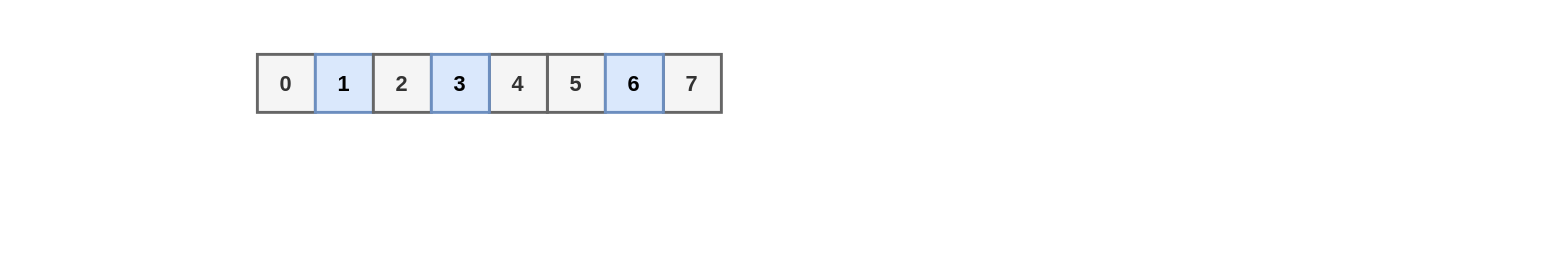
The draw.io diagram redis/redis-scan-add.drawio in donscoco/diagrams, before the edit. Source tidied: cells renumbered, new cells numbered last; positions are measured from the earlier drawing's top-left corner, leaving out a move shared by most shapes. Both pictures are drawn from the tidied source at 145%, with x=0, y=0 at pixel (257, 54).
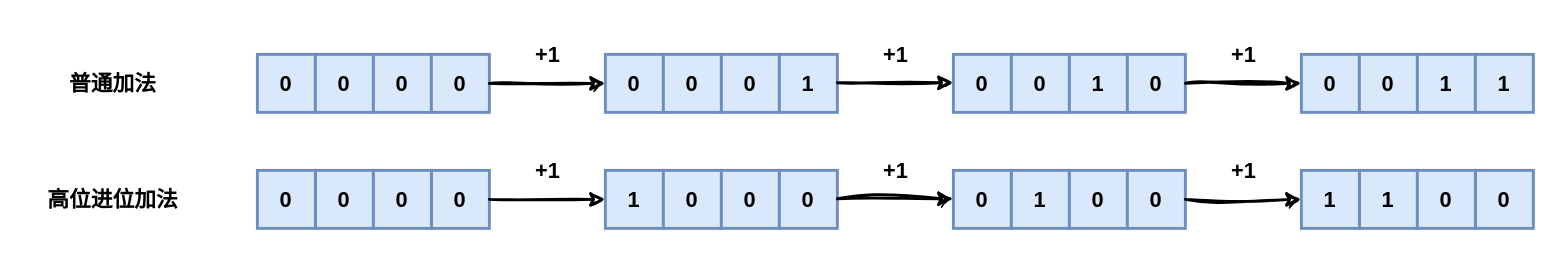
After the change.

The edit, as a diff of the source:
```diff
@@
-    <mxCell id="2" value="0" style="rounded=0;whiteSpace=wrap;html=1;strokeWidth=2;fillWeight=4;hachureGap=8;hachureAngle=45;fillColor=#f5f5f5;strokeColor=#666666;fontSize=15;fontStyle=1;fontColor=#333333;" parent="1" vertex="1">
+    <mxCell id="2" value="0" style="rounded=0;whiteSpace=wrap;html=1;strokeWidth=2;fillWeight=4;hachureGap=8;hachureAngle=45;fillColor=#dae8fc;strokeColor=#6c8ebf;fontSize=15;fontStyle=1;" parent="1" vertex="1">
       <mxGeometry width="40" height="40" as="geometry" />
     </mxCell>
-    <mxCell id="3" value="1" style="rounded=0;whiteSpace=wrap;html=1;strokeWidth=2;fillWeight=4;hachureGap=8;hachureAngle=45;fillColor=#dae8fc;strokeColor=#6c8ebf;fontSize=15;fontStyle=1;" parent="1" vertex="1">
+    <mxCell id="3" value="0" style="rounded=0;whiteSpace=wrap;html=1;strokeWidth=2;fillWeight=4;hachureGap=8;hachureAngle=45;fillColor=#dae8fc;strokeColor=#6c8ebf;fontSize=15;fontStyle=1;" parent="1" vertex="1">
       <mxGeometry x="40" width="40" height="40" as="geometry" />
     </mxCell>
-    <mxCell id="4" value="2" style="rounded=0;whiteSpace=wrap;html=1;strokeWidth=2;fillWeight=4;hachureGap=8;hachureAngle=45;fillColor=#f5f5f5;strokeColor=#666666;fontSize=15;fontStyle=1;fontColor=#333333;" parent="1" vertex="1">
+    <mxCell id="4" value="0" style="rounded=0;whiteSpace=wrap;html=1;strokeWidth=2;fillWeight=4;hachureGap=8;hachureAngle=45;fillColor=#dae8fc;strokeColor=#6c8ebf;fontSize=15;fontStyle=1;" parent="1" vertex="1">
       <mxGeometry x="80" width="40" height="40" as="geometry" />
     </mxCell>
-    <mxCell id="5" value="5" style="rounded=0;whiteSpace=wrap;html=1;strokeWidth=2;fillWeight=4;hachureGap=8;hachureAngle=45;fillColor=#f5f5f5;strokeColor=#666666;fontSize=15;fontStyle=1;fontColor=#333333;" parent="1" vertex="1">
-      <mxGeometry x="200" width="40" height="40" as="geometry" />
-    </mxCell>
-    <mxCell id="6" value="4" style="rounded=0;whiteSpace=wrap;html=1;strokeWidth=2;fillWeight=4;hachureGap=8;hachureAngle=45;fillColor=#f5f5f5;strokeColor=#666666;fontSize=15;fontStyle=1;fontColor=#333333;" parent="1" vertex="1">
-      <mxGeometry x="160" width="40" height="40" as="geometry" />
-    </mxCell>
-    <mxCell id="7" value="3" style="rounded=0;whiteSpace=wrap;html=1;strokeWidth=2;fillWeight=4;hachureGap=8;hachureAngle=45;fillColor=#dae8fc;strokeColor=#6c8ebf;fontSize=15;fontStyle=1;" parent="1" vertex="1">
+    <mxCell id="7" value="0" style="rounded=0;whiteSpace=wrap;html=1;strokeWidth=2;fillWeight=4;hachureGap=8;hachureAngle=45;fillColor=#dae8fc;strokeColor=#6c8ebf;fontSize=15;fontStyle=1;" parent="1" vertex="1">
       <mxGeometry x="120" width="40" height="40" as="geometry" />
     </mxCell>
-    <mxCell id="8" value="7" style="rounded=0;whiteSpace=wrap;html=1;strokeWidth=2;fillWeight=4;hachureGap=8;hachureAngle=45;fillColor=#f5f5f5;strokeColor=#666666;fontSize=15;fontStyle=1;fontColor=#333333;" parent="1" vertex="1">
-      <mxGeometry x="280" width="40" height="40" as="geometry" />
-    </mxCell>
-    <mxCell id="9" value="6" style="rounded=0;whiteSpace=wrap;html=1;strokeWidth=2;fillWeight=4;hachureGap=8;hachureAngle=45;fillColor=#dae8fc;strokeColor=#6c8ebf;fontSize=15;fontStyle=1;" parent="1" vertex="1">
-      <mxGeometry x="240" width="40" height="40" as="geometry" />
-    </mxCell>
+    <mxCell id="10" value="0" style="rounded=0;whiteSpace=wrap;html=1;strokeWidth=2;fillWeight=4;hachureGap=8;hachureAngle=45;fillColor=#dae8fc;strokeColor=#6c8ebf;fontSize=15;fontStyle=1;" parent="1" vertex="1">
+      <mxGeometry x="40" y="80" width="40" height="40" as="geometry" />
+    </mxCell>
+    <mxCell id="11" value="0" style="rounded=0;whiteSpace=wrap;html=1;strokeWidth=2;fillWeight=4;hachureGap=8;hachureAngle=45;fillColor=#dae8fc;strokeColor=#6c8ebf;fontSize=15;fontStyle=1;" parent="1" vertex="1">
+      <mxGeometry y="80" width="40" height="40" as="geometry" />
+    </mxCell>
+    <mxCell id="12" value="0" style="rounded=0;whiteSpace=wrap;html=1;strokeWidth=2;fillWeight=4;hachureGap=8;hachureAngle=45;fillColor=#dae8fc;strokeColor=#6c8ebf;fontSize=15;fontStyle=1;" parent="1" vertex="1">
+      <mxGeometry x="120" y="80" width="40" height="40" as="geometry" />
+    </mxCell>
+    <mxCell id="13" value="0" style="rounded=0;whiteSpace=wrap;html=1;strokeWidth=2;fillWeight=4;hachureGap=8;hachureAngle=45;fillColor=#dae8fc;strokeColor=#6c8ebf;fontSize=15;fontStyle=1;" parent="1" vertex="1">
+      <mxGeometry x="80" y="80" width="40" height="40" as="geometry" />
+    </mxCell>
+    <mxCell id="14" value="普通加法" style="text;strokeColor=none;fillColor=none;html=1;fontSize=15;fontStyle=1;verticalAlign=middle;align=center;" parent="1" vertex="1">
+      <mxGeometry x="-160" width="120" height="40" as="geometry" />
+    </mxCell>
+    <mxCell id="15" value="高位进位加法" style="text;strokeColor=none;fillColor=none;html=1;fontSize=15;fontStyle=1;verticalAlign=middle;align=center;" parent="1" vertex="1">
+      <mxGeometry x="-160" y="80" width="120" height="40" as="geometry" />
+    </mxCell>
+    <mxCell id="16" value="0" style="rounded=0;whiteSpace=wrap;html=1;strokeWidth=2;fillWeight=4;hachureGap=8;hachureAngle=45;fillColor=#dae8fc;strokeColor=#6c8ebf;fontSize=15;fontStyle=1;" parent="1" vertex="1">
+      <mxGeometry x="240" width="40" height="40" as="geometry" />
+    </mxCell>
+    <mxCell id="17" value="0" style="rounded=0;whiteSpace=wrap;html=1;strokeWidth=2;fillWeight=4;hachureGap=8;hachureAngle=45;fillColor=#dae8fc;strokeColor=#6c8ebf;fontSize=15;fontStyle=1;" parent="1" vertex="1">
+      <mxGeometry x="280" width="40" height="40" as="geometry" />
+    </mxCell>
+    <mxCell id="18" value="0" style="rounded=0;whiteSpace=wrap;html=1;strokeWidth=2;fillWeight=4;hachureGap=8;hachureAngle=45;fillColor=#dae8fc;strokeColor=#6c8ebf;fontSize=15;fontStyle=1;" parent="1" vertex="1">
+      <mxGeometry x="320" width="40" height="40" as="geometry" />
+    </mxCell>
+    <mxCell id="19" value="1" style="rounded=0;whiteSpace=wrap;html=1;strokeWidth=2;fillWeight=4;hachureGap=8;hachureAngle=45;fillColor=#dae8fc;strokeColor=#6c8ebf;fontSize=15;fontStyle=1;" parent="1" vertex="1">
+      <mxGeometry x="360" width="40" height="40" as="geometry" />
+    </mxCell>
+    <mxCell id="20" value="1" style="rounded=0;whiteSpace=wrap;html=1;strokeWidth=2;fillWeight=4;hachureGap=8;hachureAngle=45;fillColor=#dae8fc;strokeColor=#6c8ebf;fontSize=15;fontStyle=1;" parent="1" vertex="1">
+      <mxGeometry x="240" y="80" width="40" height="40" as="geometry" />
+    </mxCell>
+    <mxCell id="21" value="0" style="rounded=0;whiteSpace=wrap;html=1;strokeWidth=2;fillWeight=4;hachureGap=8;hachureAngle=45;fillColor=#dae8fc;strokeColor=#6c8ebf;fontSize=15;fontStyle=1;" parent="1" vertex="1">
+      <mxGeometry x="280" y="80" width="40" height="40" as="geometry" />
+    </mxCell>
+    <mxCell id="22" value="0" style="rounded=0;whiteSpace=wrap;html=1;strokeWidth=2;fillWeight=4;hachureGap=8;hachureAngle=45;fillColor=#dae8fc;strokeColor=#6c8ebf;fontSize=15;fontStyle=1;" parent="1" vertex="1">
+      <mxGeometry x="320" y="80" width="40" height="40" as="geometry" />
+    </mxCell>
+    <mxCell id="23" value="0" style="rounded=0;whiteSpace=wrap;html=1;strokeWidth=2;fillWeight=4;hachureGap=8;hachureAngle=45;fillColor=#dae8fc;strokeColor=#6c8ebf;fontSize=15;fontStyle=1;" parent="1" vertex="1">
+      <mxGeometry x="360" y="80" width="40" height="40" as="geometry" />
+    </mxCell>
+    <mxCell id="24" value="0" style="rounded=0;whiteSpace=wrap;html=1;strokeWidth=2;fillWeight=4;hachureGap=8;hachureAngle=45;fillColor=#dae8fc;strokeColor=#6c8ebf;fontSize=15;fontStyle=1;" parent="1" vertex="1">
+      <mxGeometry x="480" width="40" height="40" as="geometry" />
+    </mxCell>
+    <mxCell id="25" value="0" style="rounded=0;whiteSpace=wrap;html=1;strokeWidth=2;fillWeight=4;hachureGap=8;hachureAngle=45;fillColor=#dae8fc;strokeColor=#6c8ebf;fontSize=15;fontStyle=1;" parent="1" vertex="1">
+      <mxGeometry x="520" width="40" height="40" as="geometry" />
+    </mxCell>
+    <mxCell id="26" value="1" style="rounded=0;whiteSpace=wrap;html=1;strokeWidth=2;fillWeight=4;hachureGap=8;hachureAngle=45;fillColor=#dae8fc;strokeColor=#6c8ebf;fontSize=15;fontStyle=1;" parent="1" vertex="1">
+      <mxGeometry x="560" width="40" height="40" as="geometry" />
+    </mxCell>
+    <mxCell id="27" value="0" style="rounded=0;whiteSpace=wrap;html=1;strokeWidth=2;fillWeight=4;hachureGap=8;hachureAngle=45;fillColor=#dae8fc;strokeColor=#6c8ebf;fontSize=15;fontStyle=1;" parent="1" vertex="1">
+      <mxGeometry x="600" width="40" height="40" as="geometry" />
+    </mxCell>
+    <mxCell id="28" value="0" style="rounded=0;whiteSpace=wrap;html=1;strokeWidth=2;fillWeight=4;hachureGap=8;hachureAngle=45;fillColor=#dae8fc;strokeColor=#6c8ebf;fontSize=15;fontStyle=1;" parent="1" vertex="1">
+      <mxGeometry x="480" y="80" width="40" height="40" as="geometry" />
+    </mxCell>
+    <mxCell id="29" value="1" style="rounded=0;whiteSpace=wrap;html=1;strokeWidth=2;fillWeight=4;hachureGap=8;hachureAngle=45;fillColor=#dae8fc;strokeColor=#6c8ebf;fontSize=15;fontStyle=1;" parent="1" vertex="1">
+      <mxGeometry x="520" y="80" width="40" height="40" as="geometry" />
+    </mxCell>
+    <mxCell id="30" value="0" style="rounded=0;whiteSpace=wrap;html=1;strokeWidth=2;fillWeight=4;hachureGap=8;hachureAngle=45;fillColor=#dae8fc;strokeColor=#6c8ebf;fontSize=15;fontStyle=1;" parent="1" vertex="1">
+      <mxGeometry x="560" y="80" width="40" height="40" as="geometry" />
+    </mxCell>
+    <mxCell id="31" value="0" style="rounded=0;whiteSpace=wrap;html=1;strokeWidth=2;fillWeight=4;hachureGap=8;hachureAngle=45;fillColor=#dae8fc;strokeColor=#6c8ebf;fontSize=15;fontStyle=1;" parent="1" vertex="1">
+      <mxGeometry x="600" y="80" width="40" height="40" as="geometry" />
+    </mxCell>
+    <mxCell id="32" value="0" style="rounded=0;whiteSpace=wrap;html=1;strokeWidth=2;fillWeight=4;hachureGap=8;hachureAngle=45;fillColor=#dae8fc;strokeColor=#6c8ebf;fontSize=15;fontStyle=1;" parent="1" vertex="1">
+      <mxGeometry x="720" width="40" height="40" as="geometry" />
+    </mxCell>
+    <mxCell id="33" value="0" style="rounded=0;whiteSpace=wrap;html=1;strokeWidth=2;fillWeight=4;hachureGap=8;hachureAngle=45;fillColor=#dae8fc;strokeColor=#6c8ebf;fontSize=15;fontStyle=1;" parent="1" vertex="1">
+      <mxGeometry x="760" width="40" height="40" as="geometry" />
+    </mxCell>
+    <mxCell id="34" value="1" style="rounded=0;whiteSpace=wrap;html=1;strokeWidth=2;fillWeight=4;hachureGap=8;hachureAngle=45;fillColor=#dae8fc;strokeColor=#6c8ebf;fontSize=15;fontStyle=1;" parent="1" vertex="1">
+      <mxGeometry x="800" width="40" height="40" as="geometry" />
+    </mxCell>
+    <mxCell id="35" value="1" style="rounded=0;whiteSpace=wrap;html=1;strokeWidth=2;fillWeight=4;hachureGap=8;hachureAngle=45;fillColor=#dae8fc;strokeColor=#6c8ebf;fontSize=15;fontStyle=1;" parent="1" vertex="1">
+      <mxGeometry x="840" width="40" height="40" as="geometry" />
+    </mxCell>
+    <mxCell id="36" value="1" style="rounded=0;whiteSpace=wrap;html=1;strokeWidth=2;fillWeight=4;hachureGap=8;hachureAngle=45;fillColor=#dae8fc;strokeColor=#6c8ebf;fontSize=15;fontStyle=1;" parent="1" vertex="1">
+      <mxGeometry x="760" y="80" width="40" height="40" as="geometry" />
+    </mxCell>
+    <mxCell id="37" value="1" style="rounded=0;whiteSpace=wrap;html=1;strokeWidth=2;fillWeight=4;hachureGap=8;hachureAngle=45;fillColor=#dae8fc;strokeColor=#6c8ebf;fontSize=15;fontStyle=1;" parent="1" vertex="1">
+      <mxGeometry x="720" y="80" width="40" height="40" as="geometry" />
+    </mxCell>
+    <mxCell id="38" value="0" style="rounded=0;whiteSpace=wrap;html=1;strokeWidth=2;fillWeight=4;hachureGap=8;hachureAngle=45;fillColor=#dae8fc;strokeColor=#6c8ebf;fontSize=15;fontStyle=1;" parent="1" vertex="1">
+      <mxGeometry x="840" y="80" width="40" height="40" as="geometry" />
+    </mxCell>
+    <mxCell id="39" value="0" style="rounded=0;whiteSpace=wrap;html=1;strokeWidth=2;fillWeight=4;hachureGap=8;hachureAngle=45;fillColor=#dae8fc;strokeColor=#6c8ebf;fontSize=15;fontStyle=1;" parent="1" vertex="1">
+      <mxGeometry x="800" y="80" width="40" height="40" as="geometry" />
+    </mxCell>
+    <mxCell id="40" style="endArrow=classic;html=1;rounded=0;fontSize=15;strokeWidth=2;sketch=1;curveFitting=1;jiggle=2;exitX=1;exitY=0.5;exitDx=0;exitDy=0;entryX=0;entryY=0.5;entryDx=0;entryDy=0;" parent="1" edge="1" source="7" target="16">
+      <mxGeometry relative="1" as="geometry" />
+    </mxCell>
+    <mxCell id="41" style="endArrow=classic;html=1;rounded=0;sketch=1;strokeWidth=2;fontSize=15;entryX=0;entryY=0.5;entryDx=0;entryDy=0;" parent="1" edge="1" target="20">
+      <mxGeometry relative="1" as="geometry">
+        <mxPoint x="160" y="100" as="sourcePoint" />
+      </mxGeometry>
+    </mxCell>
+    <mxCell id="42" style="endArrow=classic;html=1;rounded=0;fontSize=15;strokeWidth=2;sketch=1;curveFitting=1;jiggle=2;exitX=1;exitY=0.5;exitDx=0;exitDy=0;entryX=0;entryY=0.5;entryDx=0;entryDy=0;" parent="1" edge="1">
+      <mxGeometry relative="1" as="geometry">
+        <mxPoint x="400" y="19.6" as="sourcePoint" />
+        <mxPoint x="480" y="19.6" as="targetPoint" />
+      </mxGeometry>
+    </mxCell>
+    <mxCell id="43" style="endArrow=classic;html=1;rounded=0;fontSize=15;strokeWidth=2;sketch=1;curveFitting=1;jiggle=2;exitX=1;exitY=0.5;exitDx=0;exitDy=0;entryX=0;entryY=0.5;entryDx=0;entryDy=0;" parent="1" edge="1">
+      <mxGeometry relative="1" as="geometry">
+        <mxPoint x="400" y="99.6" as="sourcePoint" />
+        <mxPoint x="480" y="99.6" as="targetPoint" />
+      </mxGeometry>
+    </mxCell>
+    <mxCell id="44" style="endArrow=classic;html=1;rounded=0;fontSize=15;strokeWidth=2;sketch=1;curveFitting=1;jiggle=2;exitX=1;exitY=0.5;exitDx=0;exitDy=0;entryX=0;entryY=0.5;entryDx=0;entryDy=0;" parent="1" edge="1">
+      <mxGeometry relative="1" as="geometry">
+        <mxPoint x="640" y="20" as="sourcePoint" />
+        <mxPoint x="720" y="20" as="targetPoint" />
+      </mxGeometry>
+    </mxCell>
+    <mxCell id="45" style="endArrow=classic;html=1;rounded=0;fontSize=15;strokeWidth=2;sketch=1;curveFitting=1;jiggle=2;exitX=1;exitY=0.5;exitDx=0;exitDy=0;entryX=0;entryY=0.5;entryDx=0;entryDy=0;" parent="1" edge="1">
+      <mxGeometry relative="1" as="geometry">
+        <mxPoint x="640" y="100" as="sourcePoint" />
+        <mxPoint x="720" y="100" as="targetPoint" />
+      </mxGeometry>
+    </mxCell>
+    <mxCell id="46" value="+1" style="text;strokeColor=none;fillColor=none;html=1;fontSize=15;fontStyle=1;verticalAlign=middle;align=center;" parent="1" vertex="1">
+      <mxGeometry x="180" y="60" width="40" height="40" as="geometry" />
+    </mxCell>
+    <mxCell id="47" value="+1" style="text;strokeColor=none;fillColor=none;html=1;fontSize=15;fontStyle=1;verticalAlign=middle;align=center;" parent="1" vertex="1">
+      <mxGeometry x="180" y="-20" width="40" height="40" as="geometry" />
+    </mxCell>
+    <mxCell id="48" value="+1" style="text;strokeColor=none;fillColor=none;html=1;fontSize=15;fontStyle=1;verticalAlign=middle;align=center;" parent="1" vertex="1">
+      <mxGeometry x="420" y="60" width="40" height="40" as="geometry" />
+    </mxCell>
+    <mxCell id="49" value="+1" style="text;strokeColor=none;fillColor=none;html=1;fontSize=15;fontStyle=1;verticalAlign=middle;align=center;" parent="1" vertex="1">
+      <mxGeometry x="420" y="-20" width="40" height="40" as="geometry" />
+    </mxCell>
+    <mxCell id="50" value="+1" style="text;strokeColor=none;fillColor=none;html=1;fontSize=15;fontStyle=1;verticalAlign=middle;align=center;" parent="1" vertex="1">
+      <mxGeometry x="660" y="60" width="40" height="40" as="geometry" />
+    </mxCell>
+    <mxCell id="51" value="+1" style="text;strokeColor=none;fillColor=none;html=1;fontSize=15;fontStyle=1;verticalAlign=middle;align=center;" parent="1" vertex="1">
+      <mxGeometry x="660" y="-20" width="40" height="40" as="geometry" />
+    </mxCell>
```
